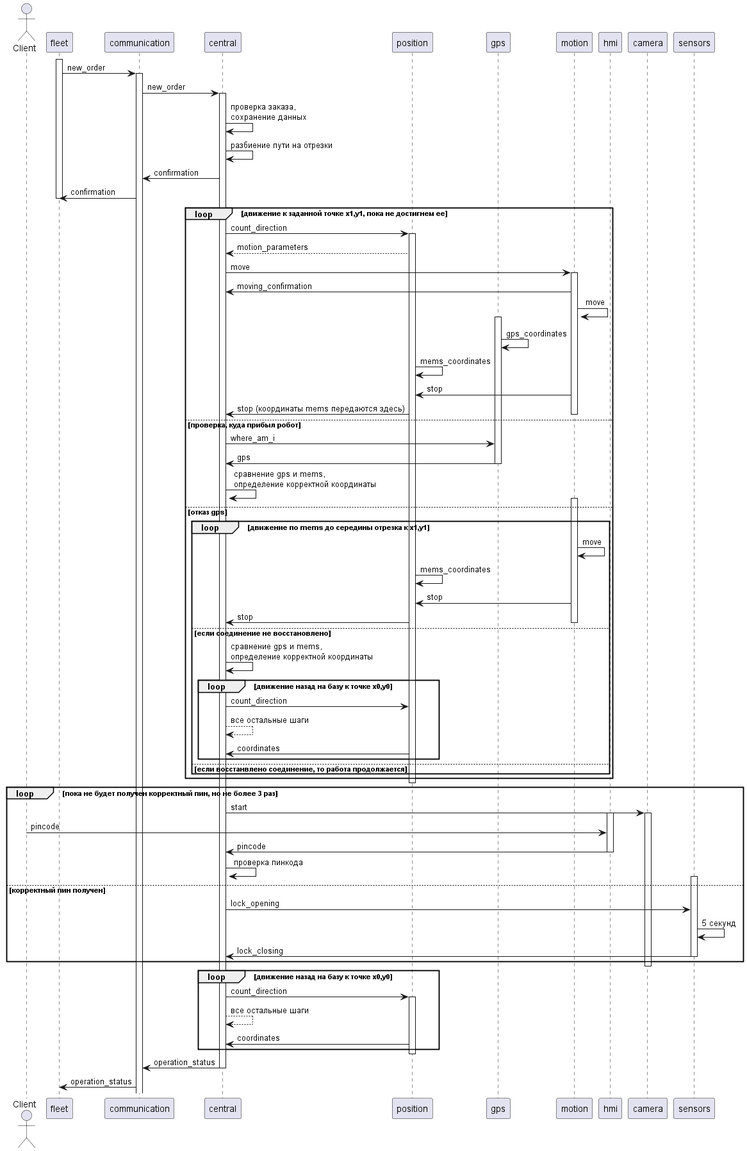
Before: pics/sd.png, a diagram exported from PlantUML (Fishonground/Delivery).
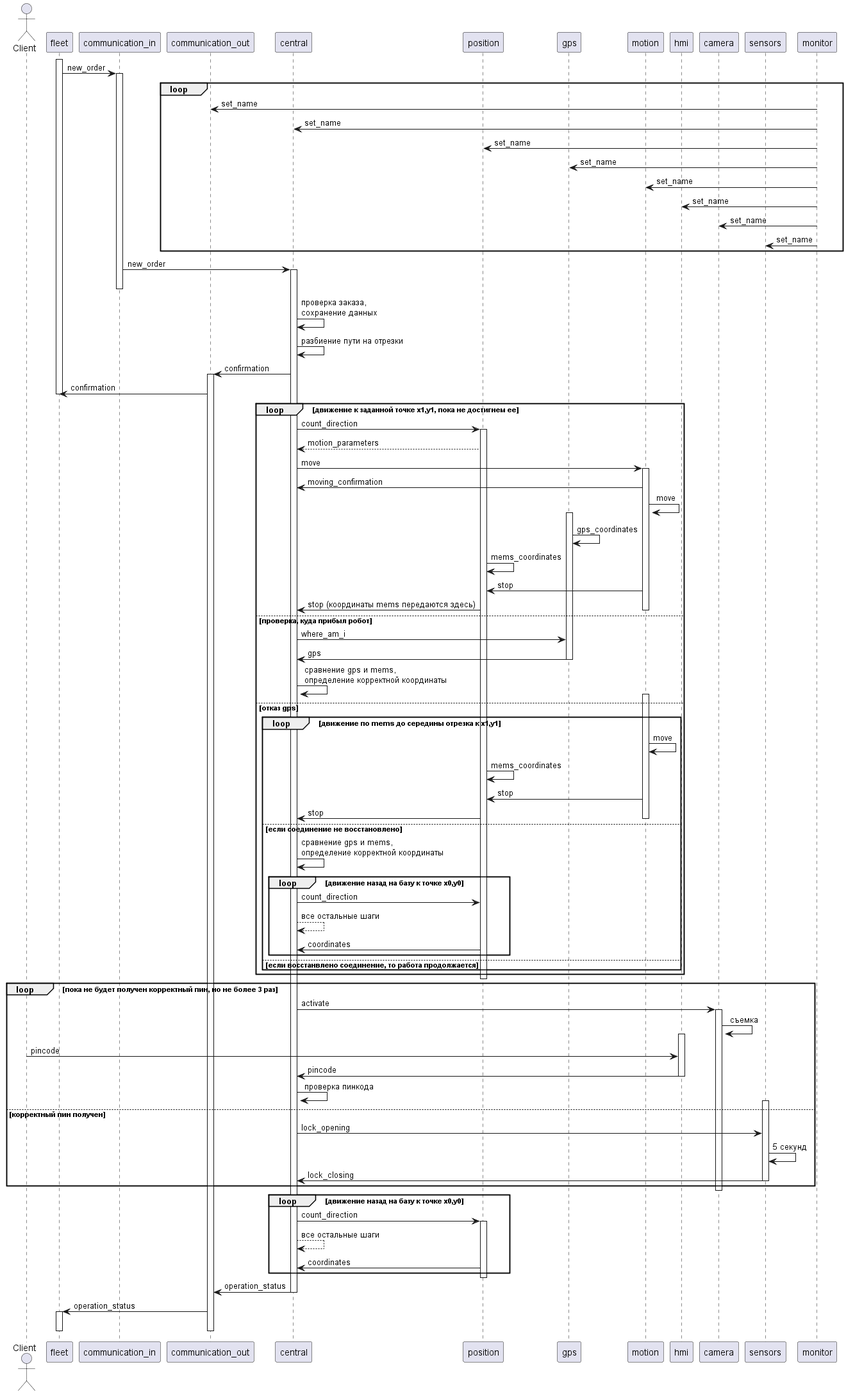
Later version of the same file.

The edit, as a diff of the source:
```diff
@@ -1,7 +1,8 @@
 @startuml
 actor "Client" as c
 participant fleet
-participant communication
+participant communication_in
+participant communication_out
 participant central
 participant position
 participant gps
@@ -12,12 +13,23 @@
 
 
 fleet++
-fleet -> communication++: new_order
-communication -> central++: new_order
+fleet -> communication_in++: new_order
+loop
+monitor -> communication_out: set_name
+monitor -> central: set_name
+monitor -> position: set_name
+monitor -> gps: set_name
+monitor -> motion: set_name
+monitor -> hmi: set_name
+monitor -> camera: set_name
+monitor -> sensors: set_name
+end
+communication_in -> central++: new_order
+communication_in--
 central -> central: проверка заказа,\nсохранение данных
 central -> central: разбиение пути на отрезки
-central -> communication: confirmation
-communication -> fleet: confirmation
+central -> communication_out++: confirmation
+communication_out -> fleet: confirmation
 fleet --
 loop движение к заданной точке x1,y1, пока не достигнем ее
 central -> position++: count_direction
@@ -59,7 +71,8 @@
 end
 position--
 loop пока не будет получен корректный пин, но не более 3 раз
-central -> camera++: start
+central -> camera++: activate
+camera -> camera: съемка
 hmi++
 c -> hmi: pincode
 hmi -> central: pincode
@@ -79,7 +92,9 @@
 position -> central: coordinates
 end
 position--
-central -> communication: operation_status
+central -> communication_out: operation_status
 central--
-communication -> fleet: operation_status
+communication_out -> fleet++: operation_status
+communication_out--
+fleet--
 @enduml
```
